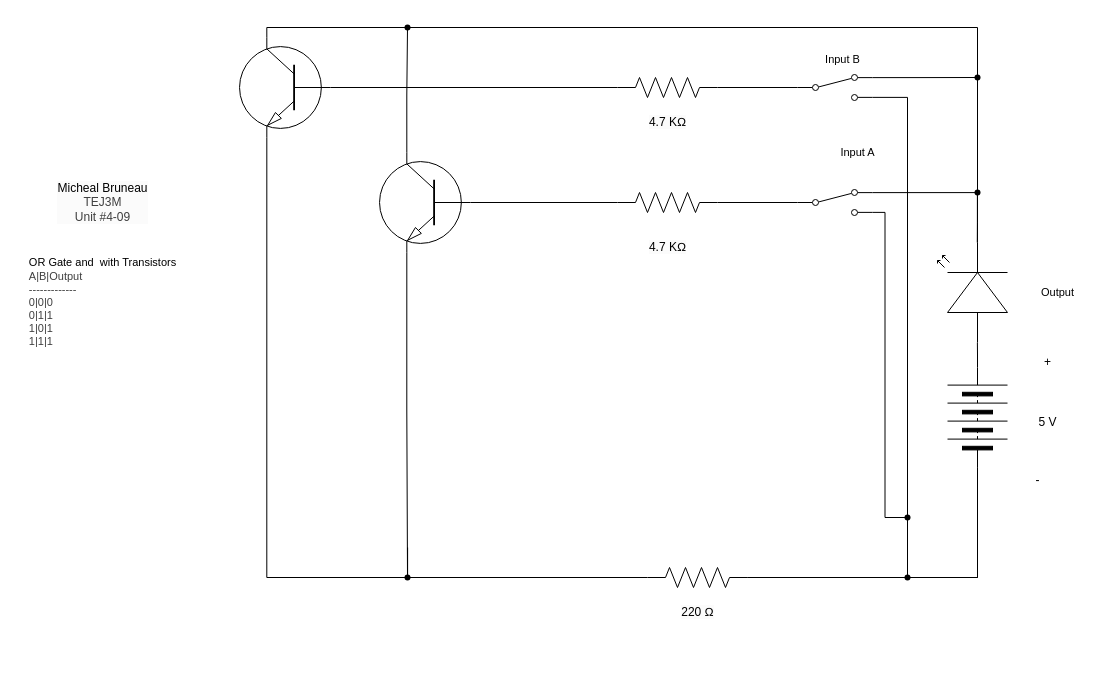
michael-bruneau/TEJ3M-Unit-4 keeps this draw.io diagram as TEJ3M 4-09/schematic diagram.drawio. Above is the earlier version. Source tidied: cells renumbered, new cells numbered last; positions are measured from the earlier drawing's top-left corner, leaving out a move shared by most shapes. Both pictures are drawn from the tidied source at 100%, with x=0, y=0 at pixel (17, 17).
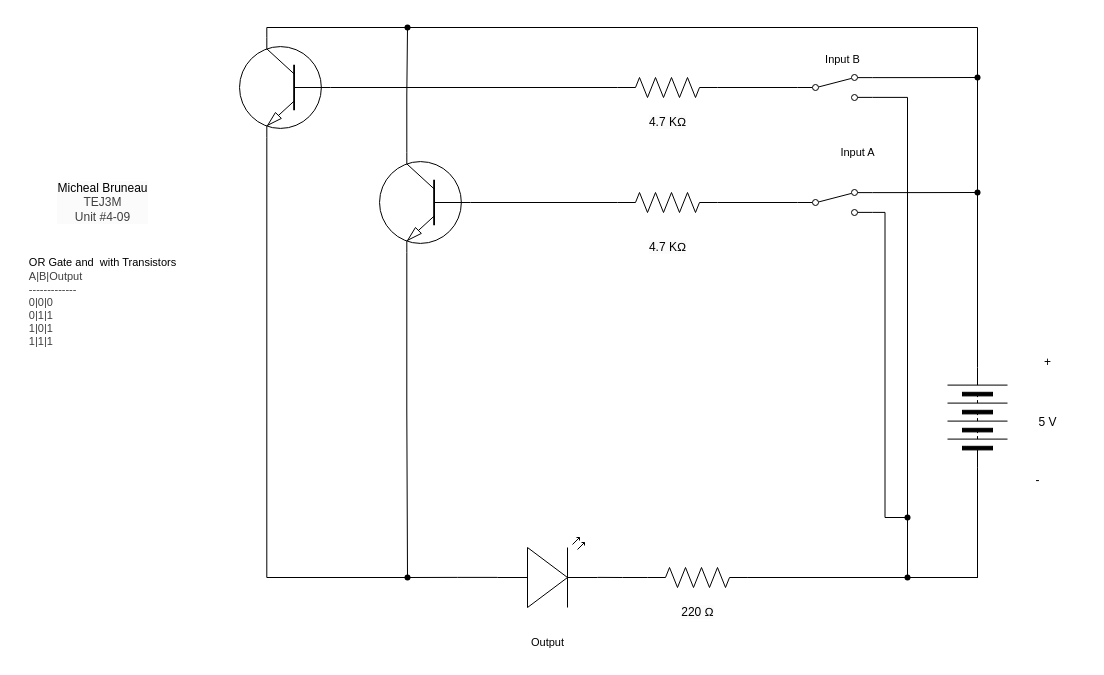
The same page after the edit.

Unchanged cells that the change refers to:
```xml
<mxCell id="4" style="verticalLabelPosition=bottom;shadow=0;dashed=0;align=center;html=1;verticalAlign=top;shape=mxgraph.electrical.miscellaneous.batteryStack;rotation=-90;" parent="1" vertex="1">
  <mxGeometry x="910" y="370" width="100" height="60" as="geometry" />
</mxCell>
<mxCell id="14" style="verticalLabelPosition=bottom;shadow=0;dashed=0;align=center;html=1;verticalAlign=top;shape=mxgraph.electrical.resistors.resistor_2;fontFamily=Helvetica;fontSize=11;fontColor=default;labelBackgroundColor=default;" parent="1" vertex="1">
  <mxGeometry x="630" y="550" width="100" height="20" as="geometry" />
</mxCell>
<mxCell id="24" style="html=1;shape=mxgraph.electrical.electro-mechanical.twoWaySwitch;elSwitchState=2;" parent="1" vertex="1">
  <mxGeometry x="780" y="172" width="75" height="26" as="geometry" />
</mxCell>
<mxCell id="36" style="shape=waypoint;sketch=0;fillStyle=solid;size=6;points=[];fillColor=none;perimeter=centerPerimeter;snapToPoint=1;" parent="1" vertex="1">
  <mxGeometry x="380" y="550" width="20" height="20" as="geometry" />
</mxCell>
<mxCell id="41" style="shape=waypoint;sketch=0;fillStyle=solid;size=6;points=[];fillColor=none;perimeter=centerPerimeter;snapToPoint=1;fontFamily=Helvetica;fontSize=11;fontColor=default;labelBackgroundColor=default;" parent="1" vertex="1">
  <mxGeometry x="950" y="165" width="20" height="20" as="geometry" />
</mxCell>
```

Change to the diagram source:
```diff
@@
+    <mxCell id="48" style="edgeStyle=orthogonalEdgeStyle;shape=connector;rounded=0;html=1;exitX=1;exitY=0.5;exitDx=0;exitDy=0;strokeColor=default;align=center;verticalAlign=middle;fontFamily=Helvetica;fontSize=11;fontColor=default;labelBackgroundColor=default;endArrow=none;endFill=0;" parent="1" edge="1" source="4" target="41">
+      <mxGeometry relative="1" as="geometry" />
+    </mxCell>
@@
-    <mxCell id="17" style="edgeStyle=orthogonalEdgeStyle;shape=connector;curved=0;rounded=0;html=1;exitX=1;exitY=0.57;exitDx=0;exitDy=0;exitPerimeter=0;entryX=0;entryY=0.5;entryDx=0;entryDy=0;entryPerimeter=0;strokeColor=default;align=center;verticalAlign=middle;fontFamily=Helvetica;fontSize=11;fontColor=default;labelBackgroundColor=default;endArrow=none;endFill=0;" parent="1" edge="1" target="14">
-      <mxGeometry relative="1" as="geometry">
-        <mxPoint x="390.1" y="530" as="sourcePoint" />
-        <Array as="points">
-          <mxPoint x="390" y="560" />
-        </Array>
-      </mxGeometry>
-    </mxCell>
@@
     <mxCell id="23" value="Output" style="text;html=1;align=center;verticalAlign=middle;strokeColor=none;fillColor=none;fontFamily=Helvetica;fontSize=11;fontColor=default;labelBackgroundColor=default;" parent="1" vertex="1">
-      <mxGeometry x="1010" y="260" width="60" height="30" as="geometry" />
+      <mxGeometry x="500" y="610" width="60" height="30" as="geometry" />
     </mxCell>
@@
-    <mxCell id="35" style="verticalLabelPosition=bottom;shadow=0;dashed=0;align=center;html=1;verticalAlign=top;shape=mxgraph.electrical.opto_electronics.led_2;rotation=-90;" parent="1" vertex="1">
-      <mxGeometry x="905" y="240" width="100" height="70" as="geometry" />
-    </mxCell>
@@
-    <mxCell id="38" style="edgeStyle=orthogonalEdgeStyle;shape=connector;rounded=0;html=1;exitX=1;exitY=0.12;exitDx=0;exitDy=0;entryX=1;entryY=0.57;entryDx=0;entryDy=0;entryPerimeter=0;strokeColor=default;align=center;verticalAlign=middle;fontFamily=Helvetica;fontSize=11;fontColor=default;labelBackgroundColor=default;endArrow=none;endFill=0;" parent="1" edge="1" source="24" target="35">
-      <mxGeometry relative="1" as="geometry" />
-    </mxCell>
-    <mxCell id="39" style="edgeStyle=orthogonalEdgeStyle;shape=connector;rounded=0;html=1;exitDx=0;exitDy=0;entryX=1;entryY=0.57;entryDx=0;entryDy=0;entryPerimeter=0;strokeColor=default;align=center;verticalAlign=middle;fontFamily=Helvetica;fontSize=11;fontColor=default;labelBackgroundColor=default;endArrow=none;endFill=0;" parent="1" edge="1" source="41" target="35">
-      <mxGeometry relative="1" as="geometry" />
-    </mxCell>
@@
-    <mxCell id="47" style="edgeStyle=orthogonalEdgeStyle;shape=connector;rounded=0;html=1;exitX=1;exitY=0.5;exitDx=0;exitDy=0;entryX=0;entryY=0.57;entryDx=0;entryDy=0;entryPerimeter=0;strokeColor=default;align=center;verticalAlign=middle;fontFamily=Helvetica;fontSize=11;fontColor=default;labelBackgroundColor=default;endArrow=none;endFill=0;" parent="1" edge="1" source="4" target="35">
-      <mxGeometry relative="1" as="geometry" />
-    </mxCell>
+    <mxCell id="49" style="edgeStyle=orthogonalEdgeStyle;shape=connector;rounded=0;html=1;exitX=0;exitY=0.57;exitDx=0;exitDy=0;exitPerimeter=0;strokeColor=default;align=center;verticalAlign=middle;fontFamily=Helvetica;fontSize=11;fontColor=default;labelBackgroundColor=default;endArrow=none;endFill=0;" parent="1" edge="1" source="50" target="36">
+      <mxGeometry relative="1" as="geometry" />
+    </mxCell>
+    <mxCell id="50" style="verticalLabelPosition=bottom;shadow=0;dashed=0;align=center;html=1;verticalAlign=top;shape=mxgraph.electrical.opto_electronics.led_2;" parent="1" vertex="1">
+      <mxGeometry x="480" y="520" width="100" height="70" as="geometry" />
+    </mxCell>
+    <mxCell id="51" style="edgeStyle=orthogonalEdgeStyle;html=1;exitX=0;exitY=0.5;exitDx=0;exitDy=0;exitPerimeter=0;entryX=1;entryY=0.57;entryDx=0;entryDy=0;entryPerimeter=0;rounded=0;endArrow=none;endFill=0;" parent="1" edge="1" source="14" target="50">
+      <mxGeometry relative="1" as="geometry" />
+    </mxCell>
+    <mxCell id="52" style="edgeStyle=orthogonalEdgeStyle;shape=connector;rounded=0;html=1;exitX=1;exitY=0.12;exitDx=0;exitDy=0;entryX=0.3;entryY=0.6;entryDx=0;entryDy=0;entryPerimeter=0;strokeColor=default;align=center;verticalAlign=middle;fontFamily=Helvetica;fontSize=11;fontColor=default;labelBackgroundColor=default;endArrow=none;endFill=0;" parent="1" edge="1" source="24" target="41">
+      <mxGeometry relative="1" as="geometry" />
+    </mxCell>
```
